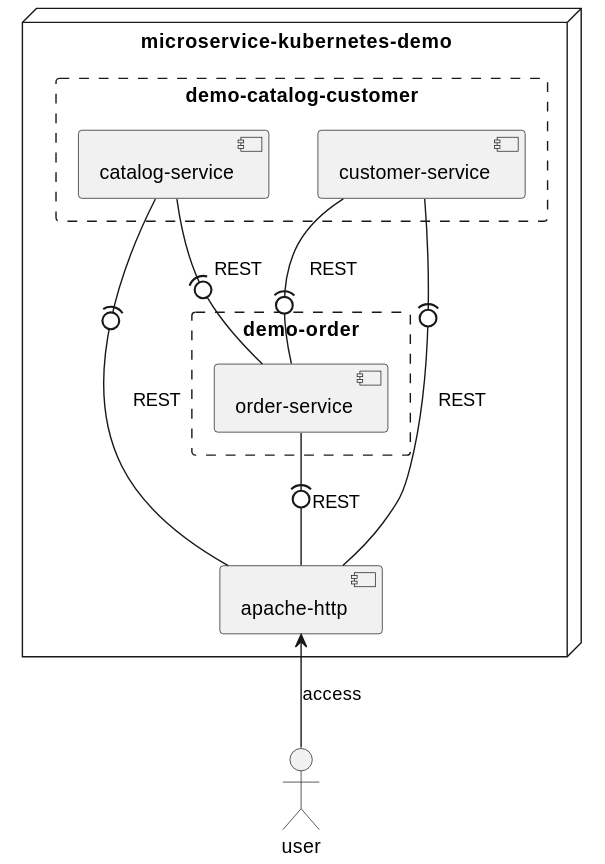
Earlier version of the PlantUML export microservice-kubernetes-demo.svg (TuncerCatalkaya/chaos-engineering-tools-examples).
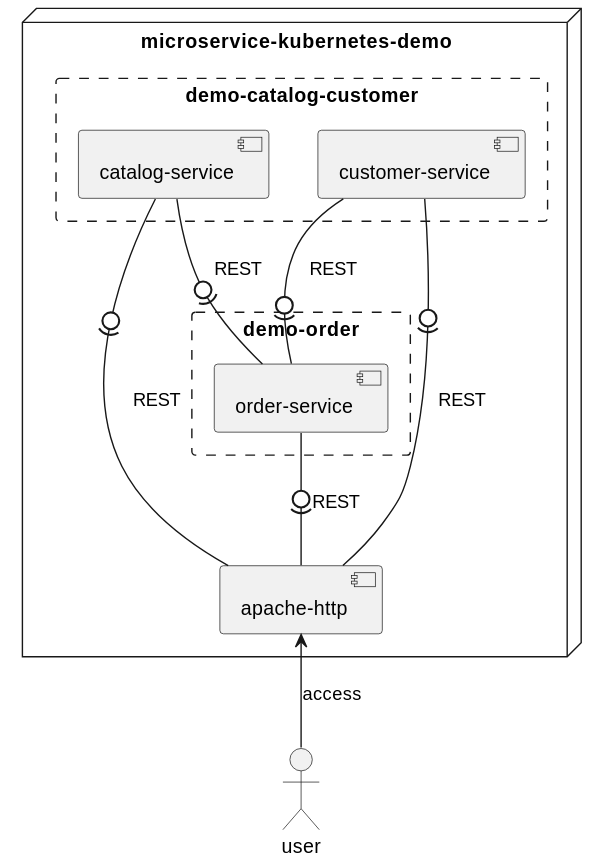
Later version of the same file.

Commit message:
fixed component diagram interface directions

Diff of the diagram source:
```diff
@@ -16,10 +16,10 @@
 
 user -up-> apacheHttp: access
 
-catalogService -(0- apacheHttp: REST
-customerService -(0- apacheHttp: REST
-orderService -(0- apacheHttp: REST
+catalogService -0)- apacheHttp: REST
+customerService -0)- apacheHttp: REST
+orderService -0)- apacheHttp: REST
 
-catalogService -right(0- orderService: REST
-customerService -down(0- orderService: REST
+catalogService -right0)- orderService: REST
+customerService -down0)- orderService: REST
 @enduml
```
